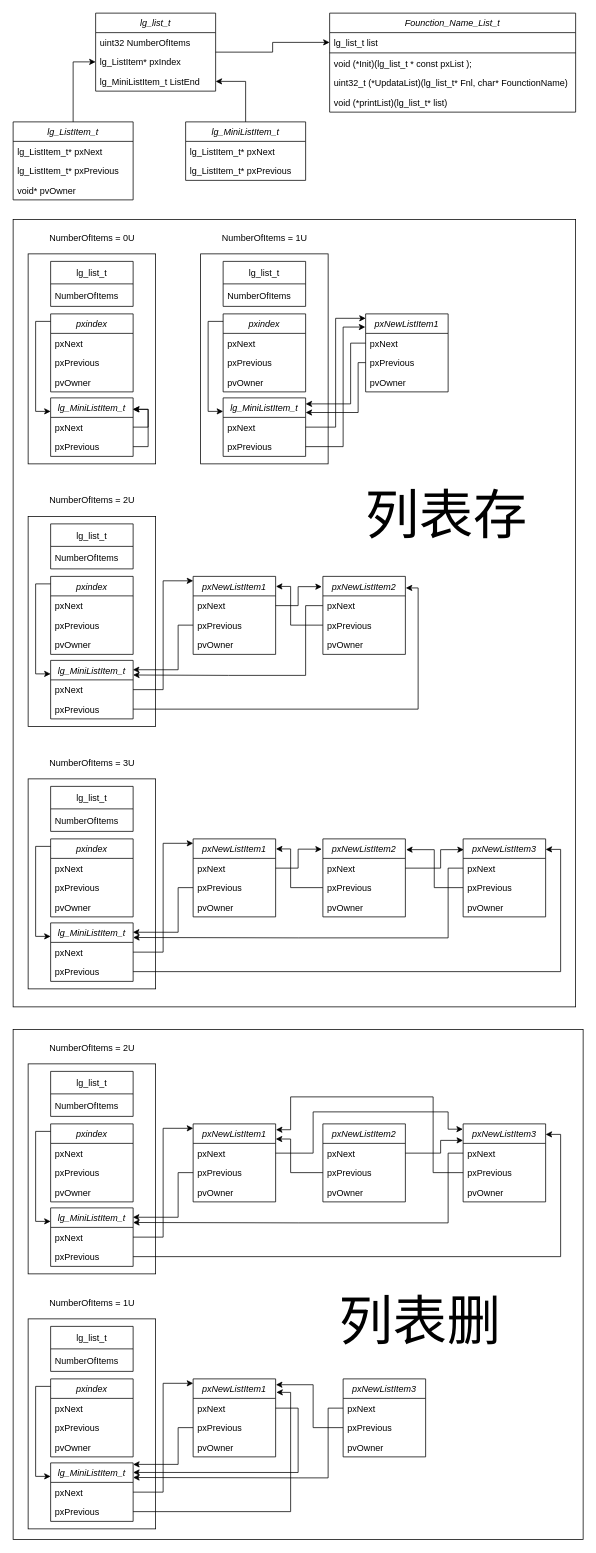
Above: document/log_tree——list.drawio in asdefwe/log_tree (draw.io), before the change. Source tidied: cells renumbered, new cells numbered last; positions are measured from the earlier drawing's top-left corner, leaving out a move shared by most shapes. Both pictures are drawn from the tidied source at 75%, with x=0, y=0 at pixel (13, 13).
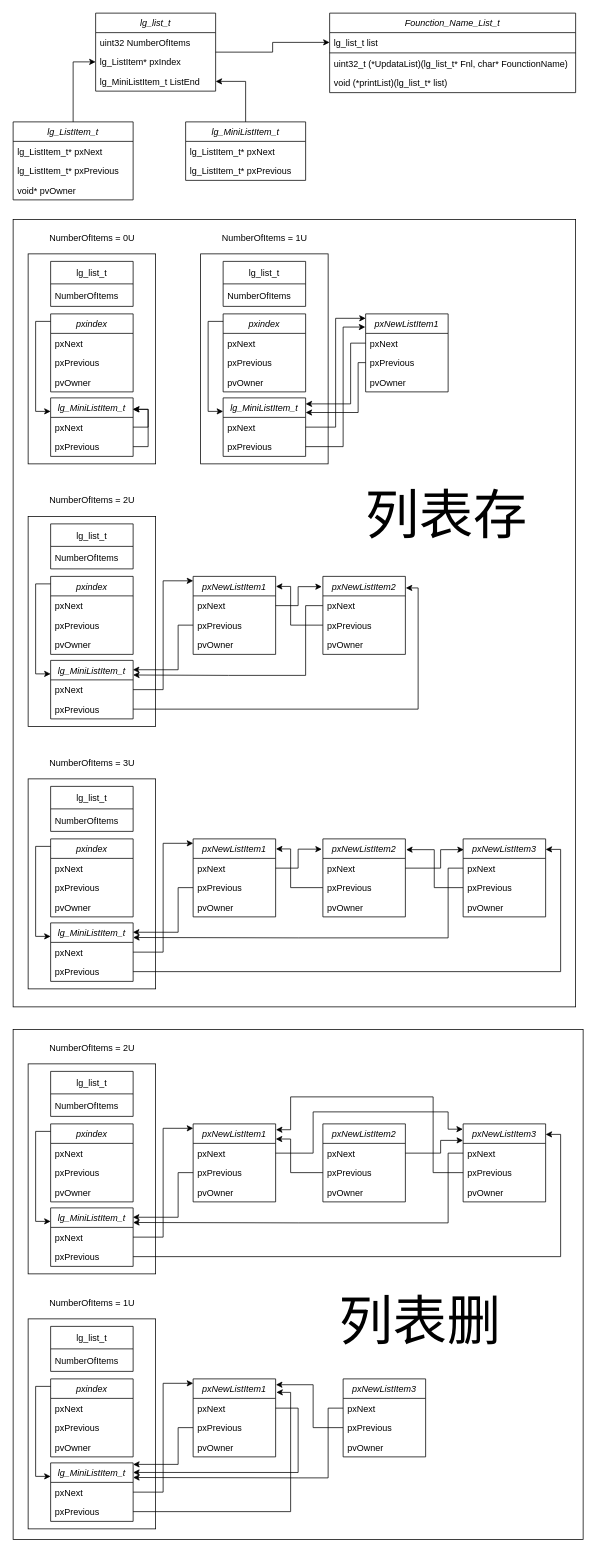
After the change.

Commit message (it also covers changes not shown here):
修改列表文档

Change to the diagram source:
```diff
@@
     <mxCell id="16" value="Founction_Name_List_t" style="swimlane;fontStyle=2;align=center;verticalAlign=top;horizontal=1;startSize=26;rounded=0;shadow=0;strokeWidth=1;" parent="1" vertex="1">
-      <mxGeometry x="422" width="328" height="132" as="geometry" />
+      <mxGeometry x="422" width="328" height="106" as="geometry" />
     </mxCell>
@@
-    <mxCell id="19" value="void (*Init)(lg_list_t * const pxList );" style="text;align=left;verticalAlign=top;spacingLeft=4;spacingRight=4;overflow=hidden;rounded=0;shadow=0;html=0;" parent="16" vertex="1">
-      <mxGeometry y="54" width="328" height="26" as="geometry" />
-    </mxCell>
     <mxCell id="20" value="uint32_t (*UpdataList)(lg_list_t* Fnl, char* FounctionName)" style="text;align=left;verticalAlign=top;spacingLeft=4;spacingRight=4;overflow=hidden;rounded=0;shadow=0;html=0;" parent="16" vertex="1">
-      <mxGeometry y="80" width="328" height="26" as="geometry" />
+      <mxGeometry y="54" width="328" height="26" as="geometry" />
     </mxCell>
     <mxCell id="21" value="void (*printList)(lg_list_t* list)" style="text;align=left;verticalAlign=top;spacingLeft=4;spacingRight=4;overflow=hidden;rounded=0;shadow=0;html=0;" parent="16" vertex="1">
-      <mxGeometry y="106" width="328" height="26" as="geometry" />
+      <mxGeometry y="80" width="328" height="26" as="geometry" />
     </mxCell>
```
